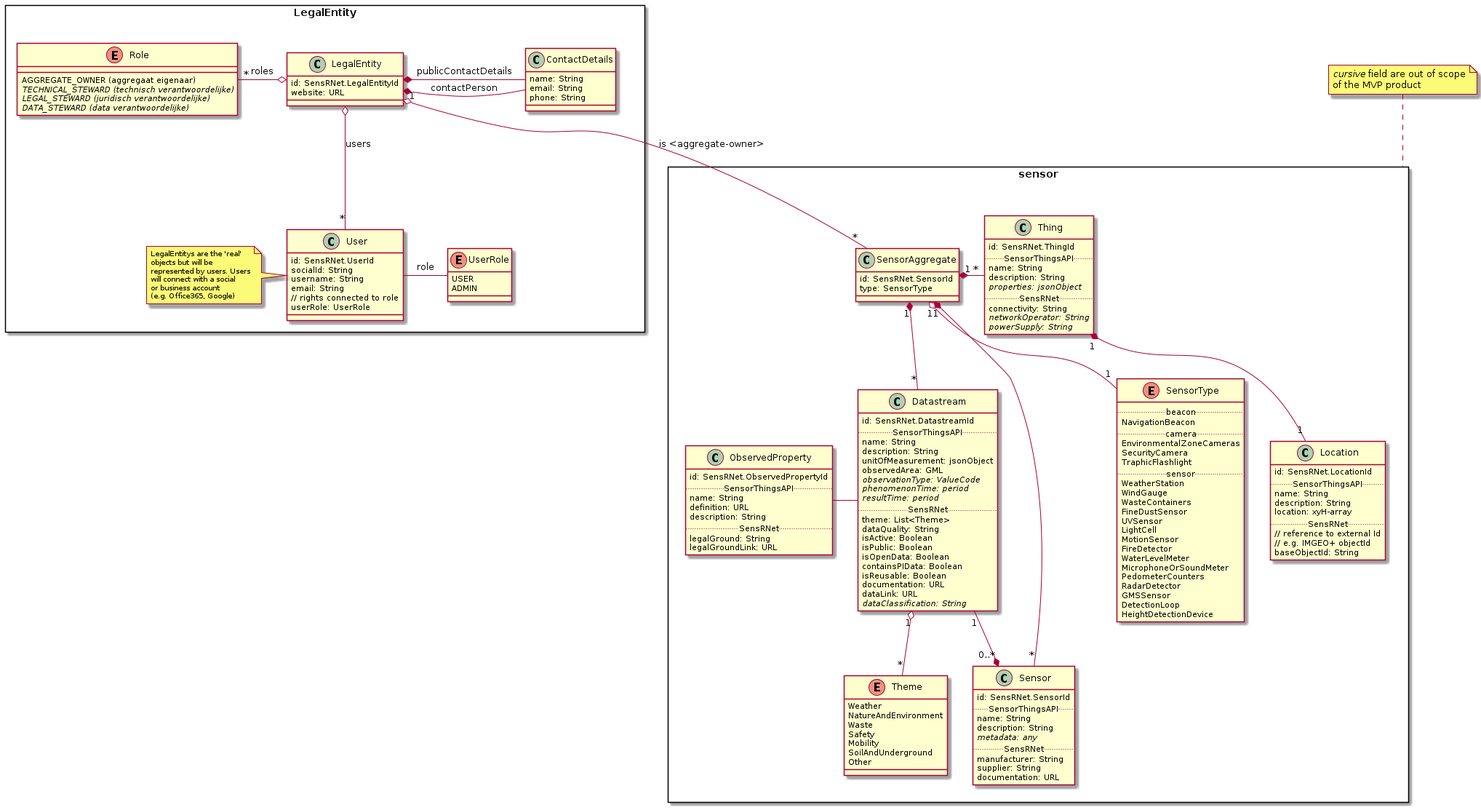
Before: docs/img/SensRNet-Datamodel-SensorView.png, a diagram exported from PlantUML (kadaster-labs/sensrnet-home).
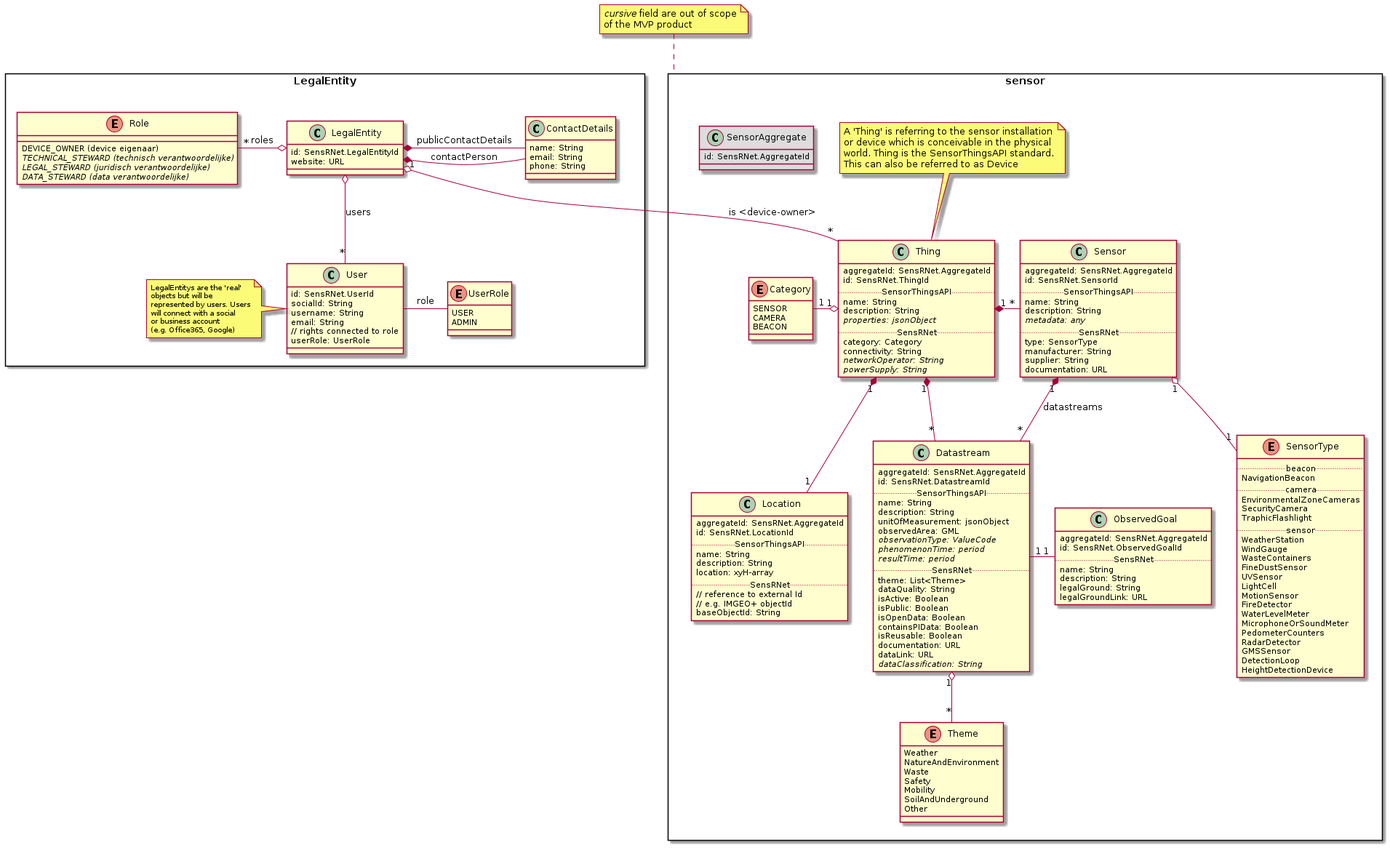
Later version of the same file.

Commit message:
set thing as the main entry entity

Diff of the diagram source:
```diff
@@ -18,7 +18,7 @@
     }
 
     enum Role {
-        AGGREGATE_OWNER (aggregaat eigenaar)
+        DEVICE_OWNER (device eigenaar)
         {abstract} TECHNICAL_STEWARD (technisch verantwoordelijke)
         {abstract} LEGAL_STEWARD (juridisch verantwoordelijke)
         {abstract} DATA_STEWARD (data verantwoordelijke)
@@ -54,74 +54,85 @@
 
 package sensor <<Rectangle>> {
 
+    class SensorAggregate #DDD {
+        id: SensRNet.AggregateId
+    }
+
     together {
 
-        class SensorAggregate {
-            id: SensRNet.SensorId
-            type: SensorType
-        }
-
         class Thing {
+            aggregateId: SensRNet.AggregateId
             id: SensRNet.ThingId
             .. SensorThingsAPI ..
             name: String
             description: String
             {abstract} properties: jsonObject
             .. SensRNet ..
+            category: Category
             connectivity: String
             {abstract} networkOperator: String
             {abstract} powerSupply: String
         }
 
-        class Datastream {
-            id: SensRNet.DatastreamId
+        note top of Thing
+          A 'Thing' is referring to the sensor installation
+          or device which is conceivable in the physical
+          world. Thing is the SensorThingsAPI standard.
+          This can also be referred to as Device
+        end note
+
+        class Sensor {
+            aggregateId: SensRNet.AggregateId
+            id: SensRNet.SensorId
             .. SensorThingsAPI ..
             name: String
             description: String
-            unitOfMeasurement: jsonObject
-            observedArea: GML
-            {abstract} observationType: ValueCode
-            {abstract} phenomenonTime: period
-            {abstract} resultTime: period
+            {abstract} metadata: any
             .. SensRNet ..
-            theme: List<Theme>
-            dataQuality: String
-            isActive: Boolean
-            isPublic: Boolean
-            isOpenData: Boolean
-            containsPIData: Boolean
-            isReusable: Boolean
+            type: SensorType
+            manufacturer: String
+            supplier: String
             documentation: URL
-            dataLink: URL
-            {abstract} dataClassification: String
         }
 
     }
 
-    class Sensor {
-        id: SensRNet.SensorId
+    class Datastream {
+        aggregateId: SensRNet.AggregateId
+        id: SensRNet.DatastreamId
         .. SensorThingsAPI ..
         name: String
         description: String
-        {abstract} metadata: any
+        unitOfMeasurement: jsonObject
+        observedArea: GML
+        {abstract} observationType: ValueCode
+        {abstract} phenomenonTime: period
+        {abstract} resultTime: period
         .. SensRNet ..
-        manufacturer: String
-        supplier: String
+        theme: List<Theme>
+        dataQuality: String
+        isActive: Boolean
+        isPublic: Boolean
+        isOpenData: Boolean
+        containsPIData: Boolean
+        isReusable: Boolean
         documentation: URL
+        dataLink: URL
+        {abstract} dataClassification: String
     }
 
-    class ObservedProperty {
-        id: SensRNet.ObservedPropertyId
-        .. SensorThingsAPI ..
+    class ObservedGoal {
+        aggregateId: SensRNet.AggregateId
+        id: SensRNet.ObservedGoalId
+        .. SensRNet ..
         name: String
-        definition: URL
         description: String
-        .. SensRNet ..
         legalGround: String
         legalGroundLink: URL
     }
 
     class Location {
+        aggregateId: SensRNet.AggregateId
         id: SensRNet.LocationId
         .. SensorThingsAPI ..
         name: String
@@ -133,7 +144,11 @@
         baseObjectId: String
     }
 
-
+    enum Category {
+        SENSOR
+        CAMERA
+        BEACON
+    }
 
     enum Theme {
         Weather
@@ -170,19 +185,20 @@
         HeightDetectionDevice
     }
 
-    SensorAggregate "1" *- "*" Thing
-    SensorAggregate "1" *-- "*" Sensor
-    SensorAggregate "1" o-- "1" SensorType
-    SensorAggregate "1" *-- "*" Datastream
+    Thing "1" *- "*" Sensor
 
+    Thing "1" o- "1" Category
     Thing "1" *-- "1" Location
-    Datastream - ObservedProperty
+    Thing "1" *-- "*" Datastream
 
+    Sensor "1" *-- "*" Datastream : datastreams
+    Sensor "1" o-- "1" SensorType
+
+    Datastream "1" - "1" ObservedGoal
     Datastream "1" o-- "*" Theme
-    Datastream "1" --* "0..*" Sensor
 }
 
-LegalEntity "1" o-- "*" SensorAggregate : is <aggregate-owner>
+LegalEntity "1" o-- "*" Thing : is <device-owner>
 
 note top of sensor
     <i>cursive</i> field are out of scope
```
